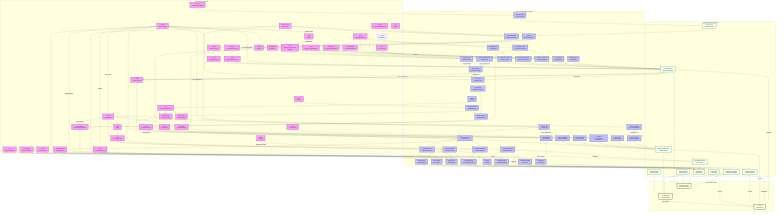
Before: docs/figures/scoliosis_mechanism_map.png, a diagram exported from Mermaid (sayuj1989-ops/life). Its source is kept beside it as docs/figures/scoliosis_mechanism_map.mmd.
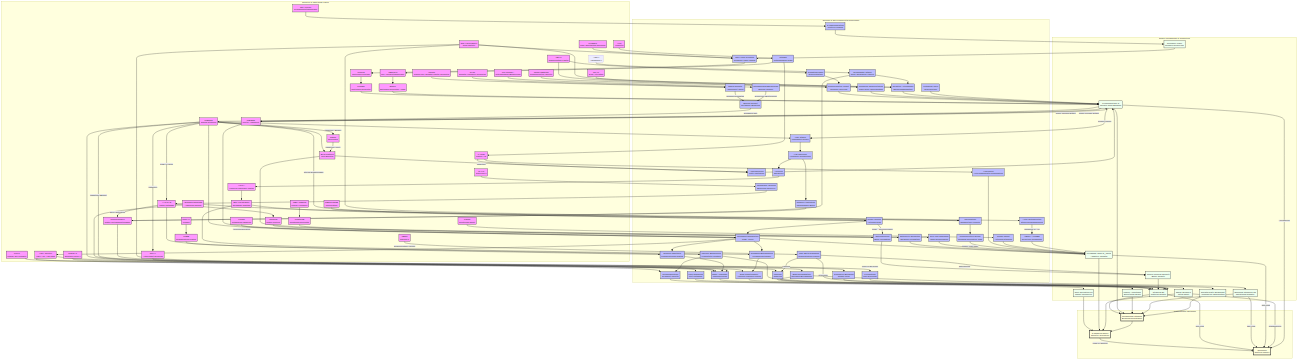
After the change.

Commit message:
weekly-map: add proprioceptive delay tau arc

What changed in the source:
```diff
@@ -38,6 +38,7 @@
         KCNQ[KCNQ<br/>Potassium Channel]
         GPX4[GPX4<br/>Antioxidant Defense]
         CAV1[CAV1<br/>Caveolin-1]
+        MBP[MBP/PMP22<br/>Myelination]
     end
 
     subgraph Processes [Cellular & Developmental Processes]
@@ -80,6 +81,8 @@
         VEGF_A[VEGF-A/PGE2<br/>Secretory Response]
         Ferroptosis[Ferroptosis<br/>Iron Overload]
         Membrane_Tension[Membrane Tension<br/>Buffering Reserve]
+        Myelination[Myelination<br/>Conduction Velocity]
+        Proprio_Delay[Proprioceptive Delay<br/>Terminal Derivative Gap]
     end
 
     subgraph Tissue [Tissue Mechanics & Properties]
@@ -178,6 +181,11 @@
     Gi_cAMP --> Gain
 
     Vestibular_Input --> Muscle_Tone
+
+    ADGRG6 --> Myelination
+    MBP --> Myelination
+    Myelination --> Proprio_Delay
+    Proprio_Delay -- "Phase Lag (Tau)" --> Gain
 
     Stability --> S_Curve
     S_Curve -- "Loss of Control" --> Scoliosis
@@ -279,7 +287,7 @@
     CAV1 --> Membrane_Tension
     Membrane_Tension --> YAP
 
-    class HOX,COL,PIEZO1,PIEZO2,CILIA,LBX1,ADGRG6,PTK7,YAP,PKD2L1,MMP,URP,UTS2R,GFAP,VIM,LAMIN,BMAL1,RUNX3,METTL3,ESR1,MELATONIN,MT2,HIF1A,POC5,DSTYK,TFEB,Beta_Catenin,DPY19L1L,IGF1R,GHR,SOST,FBN1,CCN,PPARGC1A,KCNQ,GPX4,CAV1 gene;
-    class Region,ECM_Assembly,Mech_Trans,Sym_Break,Neur_Diff,Muscle_Diff,Disc_Maint,PCP_Sig,Nucl_Shuttle,CSF_Sensing,Degradation,Astrogliosis,mtROS,Adipogenesis,Hydraulic_Congestion,Immune_Infilt,Circadian_Entrain,Proprio_Maint,H3K9me3,VCL_Stasis,Glymphatic_Stasis,Vestibular_Input,Gi_cAMP,Ciliary_Tuning,Hypoxia,Osteogenesis,Ciliary_Splint,Vacuole_Biogenesis,C_Mannosylation,Rapid_Growth,Energy_Deficit,mtBiogenesis,Fibrosis,TGFB,Osteocyte_Dendrite,Actin_Dynamics,VEGF_A,Ferroptosis,Membrane_Tension process;
+    class HOX,COL,MBP,PIEZO1,PIEZO2,CILIA,LBX1,ADGRG6,PTK7,YAP,PKD2L1,MMP,URP,UTS2R,GFAP,VIM,LAMIN,BMAL1,RUNX3,METTL3,ESR1,MELATONIN,MT2,HIF1A,POC5,DSTYK,TFEB,Beta_Catenin,DPY19L1L,IGF1R,GHR,SOST,FBN1,CCN,PPARGC1A,KCNQ,GPX4,CAV1 gene;
+    class Region,ECM_Assembly,Mech_Trans,Sym_Break,Neur_Diff,Muscle_Diff,Disc_Maint,PCP_Sig,Nucl_Shuttle,CSF_Sensing,Degradation,Astrogliosis,mtROS,Adipogenesis,Hydraulic_Congestion,Immune_Infilt,Circadian_Entrain,Proprio_Maint,H3K9me3,VCL_Stasis,Glymphatic_Stasis,Vestibular_Input,Gi_cAMP,Ciliary_Tuning,Hypoxia,Osteogenesis,Ciliary_Splint,Vacuole_Biogenesis,C_Mannosylation,Rapid_Growth,Energy_Deficit,mtBiogenesis,Fibrosis,TGFB,Osteocyte_Dendrite,Actin_Dynamics,VEGF_A,Ferroptosis,Membrane_Tension,Myelination,Proprio_Delay process;
     class Rest_Kappa,Stiffness,Torsional_Stiffness,Gain,Torsion,Muscle_Tone,Anisotropy,TMD,Reissner_Fiber,Growth_Plate_Dysplasia tissue;
     class S_Curve,Stability,Scoliosis outcome;
```
